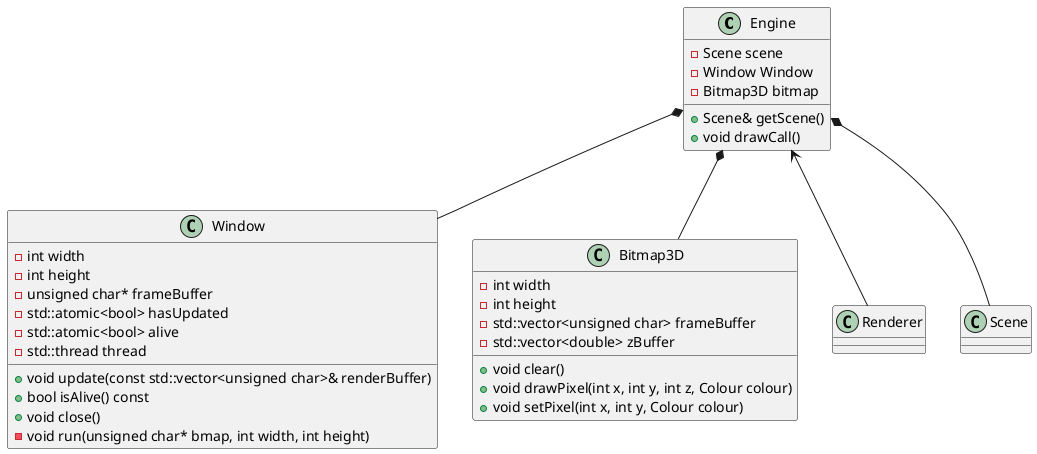
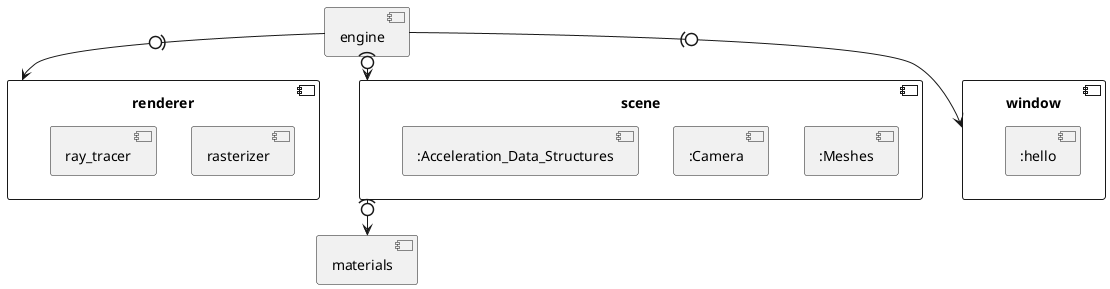
- 'mostly designed at specification level (some implementation, but none conceptual)
+ '========================================== CODE OVERVIEW GRAPH ==========================================
+ 
+ 'ball and socket diagram
+ 
+ @startuml overview
+ 
+ top to bottom direction
+ ' left to right direction
+ 
+ component renderer {
+     component rasterizer {
+ 
+     }
+     component ray_tracer {
+ 
+     }
+ }
+ component materials {
+ 
+ }
+ 
+ component scene {
+     ' top to bottom direction
+     component :Meshes {
+ 
+     }
+     component :Camera {
+ 
+     }
+     component :Acceleration_Data_Structures {
+ 
+     }
+ }
+ component window {
+     component :hello {
+ 
+     }
+ }
+ 
+ component engine {
+ 
+ }
+ 
+ engine -(0-> scene
+ engine -(0-> window
+ engine -(0-> renderer
+ scene -(0-> materials
+ 
+ @enduml
+ 
+ '========================================== CODE EXECUTION GRAPH ==========================================
+ 
+ @startuml code_execution
+ 
+ participant Application
+ participant Engine
+ participant Bitmap
+ participant Scene
+ participant RenderPass
+ participant Window
+ 
+ Application -> Engine :drawCall()
+ 
+ Engine -> Bitmap :clear()
+ 
+ Engine -> Scene :toCameraSpace()
+ Scene -> Scene :toWorldSpace()
+ Scene -> Scene :applyAffineTransform(cameraTransform)
+ Scene -> Scene :createAccelDataStructure()
+ 
+ Engine -> RenderPass :rayTracePass()
+ RenderPass -> RenderPass :generate and intersect rays
+ RenderPass -> RenderPass :evaluate ray materials/shaders
+ RenderPass -> RenderPass :render onto bitmap
+ 
+ Engine -> Scene :toViewportSpace()
+ Scene -> Scene :applyTransform(cameraProjectionTransform)
+ Scene -> Scene :clip()
+ Scene -> Scene :applyAffineTransform(cameraViewportTransform)
+ 
+ Engine -> RenderPass :rasterizePass()
+ RenderPass -> RenderPass :rasterize triangles
+ RenderPass -> RenderPass :render onto bitmap
+ 
+ Engine -> Scene :cleanup()
+ 
+ Scene -> Scene :reset vertex and index buffers
+ Scene -> Scene :delete acceleration data structure
+ 
+ Engine -> Window :update(frameBuffer)
+ 
+ @enduml

'========================================== MAIN ==========================================

@startuml main

class Engine {
    -Scene scene
    -Window Window
    -Bitmap3D bitmap
    +Scene& getScene()
    +void drawCall()
}
class Window {
    -int width
    -int height
    -unsigned char* frameBuffer
    -std::atomic<bool> hasUpdated
    -std::atomic<bool> alive
    -std::thread thread
    +void update(const std::vector<unsigned char>& renderBuffer)
    +bool isAlive() const
    +void close()
    -void run(unsigned char* bmap, int width, int height)
}
class Bitmap3D {
    -int width
    -int height
    -std::vector<unsigned char> frameBuffer
    -std::vector<double> zBuffer
    +void clear()
    +void drawPixel(int x, int y, int z, Colour colour)
    +void setPixel(int x, int y, Colour colour)
}

Engine *-- Window
Engine *-- Bitmap3D
Engine <-- Renderer
Engine *-- Scene

@enduml

'========================================== Renderers ==========================================

@startuml renderer

class Renderer {
    void rasterize(Bitmap3D& bmap, const Scene& scene)
    void rayTrace(Bitmap3D& bmap, const Scene& scene)
}
struct Ray {
    +Vector origin
    +Vector direction
}
struct HitRecord {
    +Colour c0, c1, c2
    +Vector n0, n1, n2
    +Vector v0, v1, v2

    +Material mat
    +double u, v, t
}
struct Triangle {
    +Vertex v1, v2, v3
    +Aabb boundingBox
}
struct Vertex {
    +Vector position
    +Colour colour
    +Vector normal
}

class BvhNode {
    -Aabb boundingBox
    -BvhNode* left = mullptr
    -BvhNode* right = mullptr
    -std::vector<Triangle> triangles
    +void intersect(const Ray& ray, std::vector<Triangle>& triangles) const
}
class BvhTree {
    -BvhNode* root
    +BvhTree(std::vector<Triangle>& triangles)
    +HitRecord intersect(const Ray& ray) const
}
struct Aabb {
    +Vector min
    +Vector max

    +void grow(Vector v)
    +bool intersect(const Ray& ray) const
}

BvhTree *-- BvhNode
BvhNode o-- Aabb

Renderer <-- Ray
Renderer <-- HitRecord
Renderer <-- Triangle
Renderer <-- Vertex

@enduml

'========================================== SCENE ==========================================
@startuml scene

class Scene {
    -std::vector<Mesh*> objects
    -std::vector<PointLight> lights
    -Camera camera
    +Mesh* addObject(Mesh* mesh)
    +void toCameraSpace()
    +void toViewportSpace()
    +void intersect(const Ray& ray, HitRecord* record) const
    +void cleanup()
}
class Mesh {
    -IndexBuffer indexBuffer
    -VertexBuffer vertexBuffer
    -BvhTree* tree

    -Matrix scale, translation, rotation
    -Material material

    +void toWorldSpace()
    +void applyAffineTransform(Matrix matrix)
    +void applyTransform(Matrix matrix)

    +void reset()
    +void createBvhTree()

    +HitRecord intersect(const Ray& ray) const

    +void clip()
}
struct Camera {
    +Vector position;
    +Vector direction;
    +Vector up;

    +double apperatureWidth;
    +double apperatureHeight;

    +double fieldOfView;

    +double nearFocalDistance;
    +double farFocalDistance;

    +int screenWidth;
    +int screenHeight;

    +Matrix tranformationMatrix() const;
    +Matrix projectionMatrix() const;
    +Matrix viewportMatrix() const;
}
abstract class Material {
    Colour visit(Material mat, Vector in, Vector out, Vector normal, Vector colour)
}
class DisneyBSDF {
    +double roughness
    +double subsurface
    +double sheen
    +double sheenTint
    +double anisotropic
    +double metallic
    +double specular
    +double specularTransmission
    +double specularTint
    +double clearcoat
    +double clearcoatGloss
    +double eta
}

Material <|-- DisneyBSDF
Scene o-- Mesh
Scene o-- Camera

@enduml

'========================================== UTILITY ==========================================

@startuml utility

namespace util {
    class Matrix {
        -Vector data[4]
        -int rows
        -int columns

        +Matrix operator*(const Matrix& other) const;
        +Vector operator*(const Vector& other) const;

        +static Matrix translate(double x, double y, double z);
        +static Matrix scale(double x, double y, double z);
        +static Matrix identity(int size);

        +static Matrix rotation(double roll, double pitch, double yaw);
        +static Matrix roll(double radians);
        +static Matrix pitch(double radians);
        +static Matrix yaw(double radians);

        +static Matrix orthographic(double n, double f, double t, double r);
        +static Matrix perspective(double n, double f, double t, double r, double fov);
        +static Matrix changeOfBasis(const Vector& pos, const Vector& dir, const Vector& up);
    }
    class Vector {
        -double data[4];
        -int length;

        +Vector operator+-*/(double other) const
        +Vector operator+-*/(const Vector& other) const

        +Vector normalise()

        +static Vector crossProduct(const Vector& lhs, const Vector& rhs)
        +static double dotProduct(const Vector& lhs, const Vector& rhs)
        +static Vector unitNormal(const Vector& lhs, const Vector& rhs)
        +static double cosAngle(const Vector& lhs, const Vector& rhs)
    }
    class Colour {
        Colour operator+-*/(const Colour& other) const;
        Colour operator+-*/(double other) const;

        static Colour red(), green(), blue(), cyan(), magenta(), yellow();
    }
}

@enduml